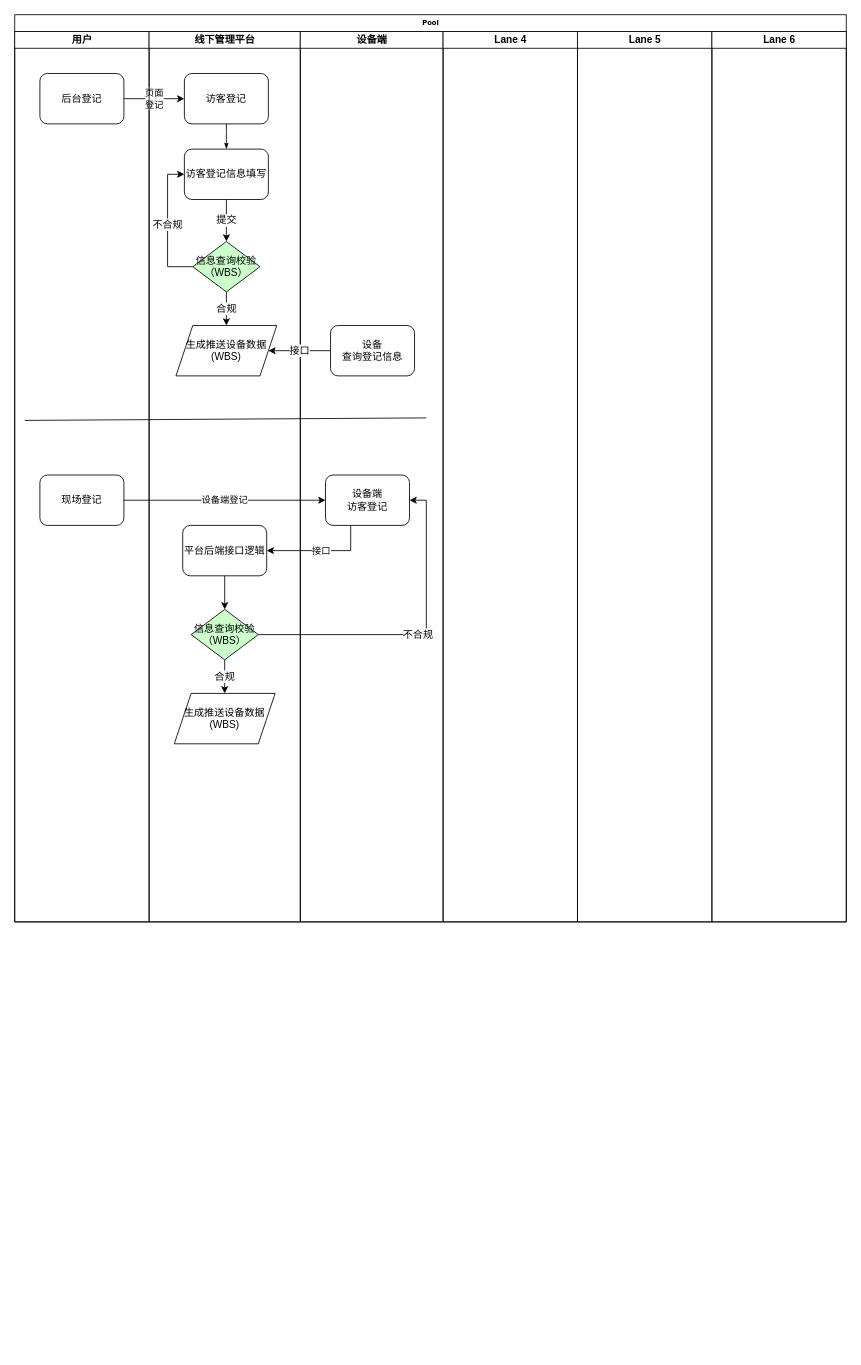
chwnjianhui/draw.io keeps this draw.io diagram as page "线下访客登记流程-整体流程" (1 of 13) of 访客功能-线下平台和设备交互流程.drawio. Above is the earlier version. Source tidied: cells renumbered, new cells numbered last; positions are measured from the earlier drawing's top-left corner, leaving out a move shared by most shapes. Both pictures are drawn from the tidied source at 84%, with x=0, y=0 at pixel (14, 14).
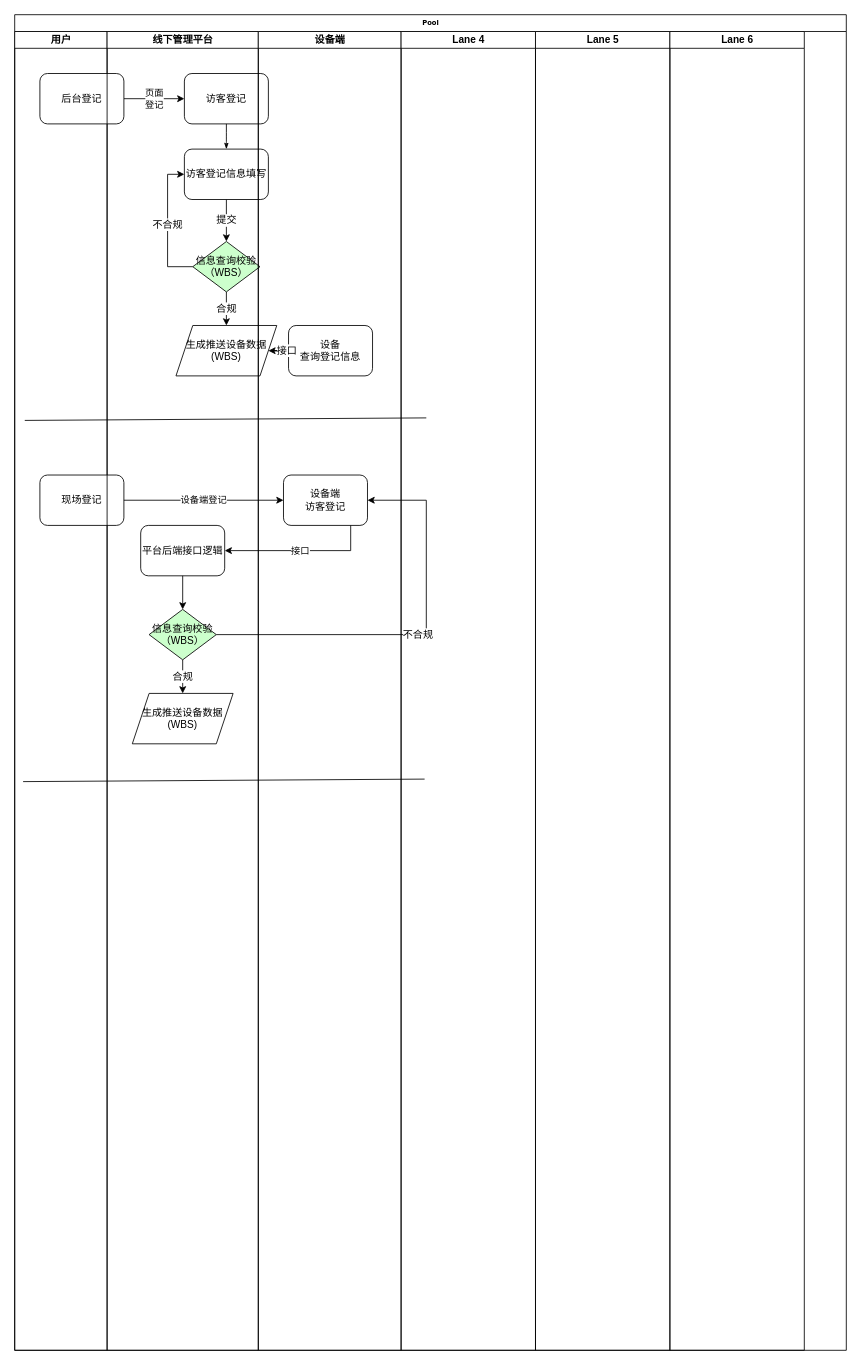
The same page after the edit.

Commit message:
更新访客功能-线下平台和设备交互流程.drawio

The edit, as a diff of the source:
```diff
@@
     <mxCell id="2" value="Pool" style="swimlane;html=1;startSize=20;rounded=0;shadow=0;labelBackgroundColor=none;strokeWidth=1;fontFamily=Verdana;fontSize=8;align=center;" parent="1" vertex="1">
-      <mxGeometry width="990" height="1080" as="geometry" />
+      <mxGeometry width="990" height="1590" as="geometry" />
     </mxCell>
     <mxCell id="3" value="用户" style="swimlane;html=1;startSize=20;" parent="2" vertex="1">
-      <mxGeometry y="20" width="160" height="1060" as="geometry" />
+      <mxGeometry y="20" width="110" height="1570" as="geometry" />
     </mxCell>
@@
     <mxCell id="16" value="线下管理平台" style="swimlane;html=1;startSize=20;" parent="2" vertex="1">
-      <mxGeometry x="160" y="20" width="180" height="1060" as="geometry" />
+      <mxGeometry x="110" y="20" width="180" height="1570" as="geometry" />
     </mxCell>
@@
+    <mxCell id="32" style="endArrow=none;html=1;rounded=0;" parent="16" edge="1">
+      <mxGeometry relative="1" as="geometry">
+        <mxPoint x="-100" y="893" as="sourcePoint" />
+        <mxPoint x="378" y="890" as="targetPoint" />
+      </mxGeometry>
+    </mxCell>
     <mxCell id="23" value="设备端" style="swimlane;html=1;startSize=20;" parent="2" vertex="1">
-      <mxGeometry x="340" y="20" width="170" height="1060" as="geometry" />
+      <mxGeometry x="290" y="20" width="170" height="1570" as="geometry" />
     </mxCell>
@@
     <mxCell id="25" value="Lane 4" style="swimlane;html=1;startSize=20;" parent="2" vertex="1">
-      <mxGeometry x="510" y="20" width="160" height="1060" as="geometry" />
+      <mxGeometry x="460" y="20" width="160" height="1570" as="geometry" />
     </mxCell>
     <mxCell id="26" value="Lane 5" style="swimlane;html=1;startSize=20;" parent="2" vertex="1">
-      <mxGeometry x="670" y="20" width="160" height="1060" as="geometry" />
+      <mxGeometry x="620" y="20" width="160" height="1570" as="geometry" />
     </mxCell>
     <mxCell id="27" value="Lane 6" style="swimlane;html=1;startSize=20;" parent="2" vertex="1">
-      <mxGeometry x="830" y="20" width="160" height="1060" as="geometry" />
+      <mxGeometry x="780" y="20" width="160" height="1570" as="geometry" />
     </mxCell>
```
